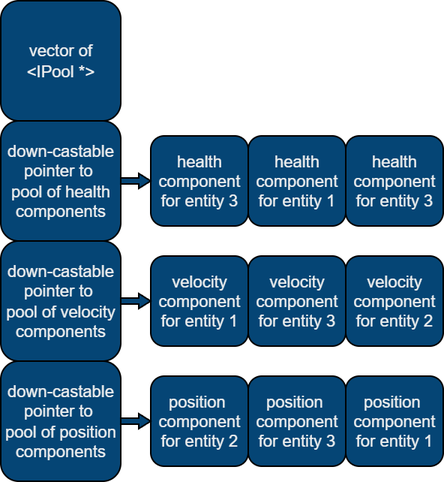
Earlier version of the draw.io export public/pools.drawio.png (GabrielWelvaert/portfolio-website). Source tidied: cells renumbered, new cells last; positions are measured from the earlier drawing's top-left corner, leaving out a move shared by most shapes.
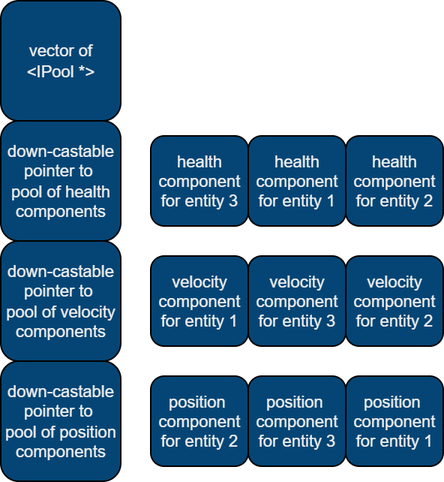
The same diagram one commit later.

Change to the diagram source:
```diff
@@ -5,22 +5,31 @@
     <mxCell id="2" value="vector of&lt;div&gt;&amp;lt;IPool *&amp;gt;&lt;/div&gt;" style="rounded=1;whiteSpace=wrap;html=1;labelBackgroundColor=none;fillColor=#054575;strokeColor=light-dark(#000000,#D32020);fontColor=#EEEEEE;fontSize=11;" parent="1" vertex="1">
       <mxGeometry width="80" height="80" as="geometry" />
     </mxCell>
+    <mxCell id="18" style="edgeStyle=orthogonalEdgeStyle;rounded=0;jettySize=auto;html=1;entryX=0;entryY=0.5;entryDx=0;entryDy=0;strokeColor=#FFFFFF;" parent="1" edge="1" source="3" target="4">
+      <mxGeometry relative="1" as="geometry" />
+    </mxCell>
     <mxCell id="3" value="down-castable pointer to&amp;nbsp;&lt;div&gt;pool of&amp;nbsp;&lt;span style=&quot;background-color: transparent; color: light-dark(rgb(238, 238, 238), rgb(32, 32, 32));&quot;&gt;health components&lt;/span&gt;&lt;/div&gt;" style="whiteSpace=wrap;html=1;rounded=1;labelBackgroundColor=none;fillColor=#054575;strokeColor=light-dark(#000000,#D32020);fontColor=#EEEEEE;fontSize=11;" parent="1" vertex="1">
       <mxGeometry y="80" width="80" height="80" as="geometry" />
     </mxCell>
     <mxCell id="4" value="health component for entity 3" style="rounded=1;whiteSpace=wrap;html=1;labelBackgroundColor=none;fillColor=#054575;strokeColor=light-dark(#000000,#D32020);fontColor=#EEEEEE;fontSize=11;" parent="1" vertex="1">
       <mxGeometry x="100" y="90" width="65" height="60" as="geometry" />
     </mxCell>
+    <mxCell id="19" style="edgeStyle=orthogonalEdgeStyle;rounded=0;jettySize=auto;html=1;entryX=0;entryY=0.5;entryDx=0;entryDy=0;strokeColor=#FFFFFF;" parent="1" edge="1" source="5" target="9">
+      <mxGeometry relative="1" as="geometry" />
+    </mxCell>
     <mxCell id="5" value="down-castable pointer to&amp;nbsp;&lt;div&gt;pool of velocity components&lt;/div&gt;" style="whiteSpace=wrap;html=1;rounded=1;labelBackgroundColor=none;fillColor=#054575;strokeColor=light-dark(#000000,#D32020);fontColor=#EEEEEE;fontSize=11;" parent="1" vertex="1">
       <mxGeometry y="160" width="80" height="80" as="geometry" />
     </mxCell>
+    <mxCell id="20" style="edgeStyle=orthogonalEdgeStyle;rounded=0;jettySize=auto;html=1;entryX=0;entryY=0.5;entryDx=0;entryDy=0;strokeColor=#FFFFFF;" parent="1" edge="1" source="6" target="12">
+      <mxGeometry relative="1" as="geometry" />
+    </mxCell>
     <mxCell id="6" value="down-castable pointer to&amp;nbsp;&lt;div&gt;pool of position components&lt;/div&gt;" style="whiteSpace=wrap;html=1;rounded=1;labelBackgroundColor=none;fillColor=#054575;strokeColor=light-dark(#000000,#D32020);fontColor=#EEEEEE;fontSize=11;" parent="1" vertex="1">
       <mxGeometry y="240" width="80" height="80" as="geometry" />
     </mxCell>
     <mxCell id="7" value="health component for entity 1" style="rounded=1;whiteSpace=wrap;html=1;labelBackgroundColor=none;fillColor=#054575;strokeColor=light-dark(#000000,#D32020);fontColor=#EEEEEE;fontSize=11;" parent="1" vertex="1">
       <mxGeometry x="165" y="90" width="65" height="60" as="geometry" />
     </mxCell>
-    <mxCell id="8" value="health component for entity 3" style="rounded=1;whiteSpace=wrap;html=1;labelBackgroundColor=none;fillColor=#054575;strokeColor=light-dark(#000000,#D32020);fontColor=#EEEEEE;fontSize=11;" parent="1" vertex="1">
+    <mxCell id="8" value="health component for entity 2" style="rounded=1;whiteSpace=wrap;html=1;labelBackgroundColor=none;fillColor=#054575;strokeColor=light-dark(#000000,#D32020);fontColor=#EEEEEE;fontSize=11;" parent="1" vertex="1">
       <mxGeometry x="230" y="90" width="65" height="60" as="geometry" />
     </mxCell>
     <mxCell id="9" value="velocity component for entity 1" style="rounded=1;whiteSpace=wrap;html=1;labelBackgroundColor=none;fillColor=#054575;strokeColor=light-dark(#000000,#D32020);fontColor=#EEEEEE;fontSize=11;" parent="1" vertex="1">
@@ -41,14 +50,5 @@
     <mxCell id="14" value="position&amp;nbsp;&lt;div&gt;component for entity 1&lt;/div&gt;" style="rounded=1;whiteSpace=wrap;html=1;labelBackgroundColor=none;fillColor=#054575;strokeColor=light-dark(#000000,#D32020);fontColor=#EEEEEE;fontSize=11;" parent="1" vertex="1">
       <mxGeometry x="230" y="250" width="65" height="60" as="geometry" />
     </mxCell>
-    <mxCell id="15" style="shape=singleArrow;whiteSpace=wrap;html=1;arrowWidth=0.4;arrowSize=0.4;strokeColor=light-dark(#000000,#D32020);fontColor=#EEEEEE;fillColor=#054575;fontSize=11;" parent="1" vertex="1">
-      <mxGeometry x="80" y="115" width="20" height="10" as="geometry" />
-    </mxCell>
-    <mxCell id="16" style="shape=singleArrow;whiteSpace=wrap;html=1;arrowWidth=0.4;arrowSize=0.4;strokeColor=light-dark(#000000,#D32020);fontColor=#EEEEEE;fillColor=#054575;fontSize=11;" parent="1" vertex="1">
-      <mxGeometry x="80" y="195" width="20" height="10" as="geometry" />
-    </mxCell>
-    <mxCell id="17" style="shape=singleArrow;whiteSpace=wrap;html=1;arrowWidth=0.4;arrowSize=0.4;strokeColor=light-dark(#000000,#D32020);fontColor=#EEEEEE;fillColor=#054575;fontSize=11;" parent="1" vertex="1">
-      <mxGeometry x="80" y="275" width="20" height="10" as="geometry" />
-    </mxCell>
   </root>
 </mxGraphModel>
```
